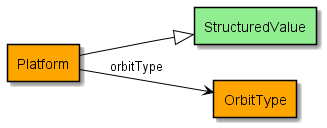
Before: series/diagrams/diagram-Platform.png, a diagram exported from PlantUML (eovoc/eo-on-schema.org).
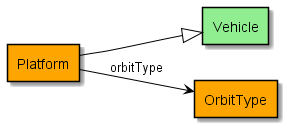
After the change.

Change to the diagram source:
```diff
@@ -1,8 +1,8 @@
 @startuml
 !include include.iuml
 Class Platform #orange
-Class StructuredValue
-Platform --|> StructuredValue
+Class Vehicle
+Platform --|> Vehicle
 Class Platform #orange
 Class OrbitType #orange
 Platform --> OrbitType : "orbitType"
```
